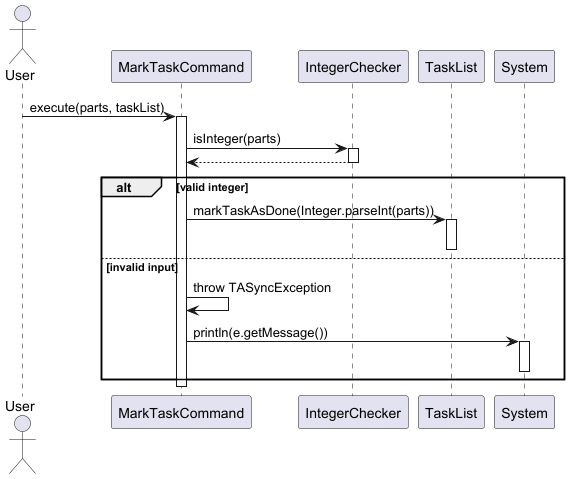
The PlantUML diagram docs/diagrams/tasklistcommands/MarkTaskCommandSequenceDiagram.png in wongyihao02/tp, before a commit.
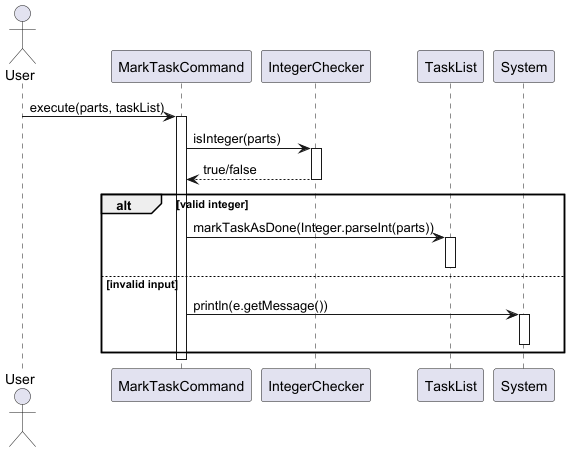
Above is the later version.

Change to the diagram source:
```diff
@@ -12,7 +12,7 @@
 
 MarkCmd -> Checker : isInteger(parts)
 activate Checker
-Checker --> MarkCmd
+Checker --> MarkCmd : true/false
 deactivate Checker
 
 alt valid integer
@@ -20,7 +20,6 @@
     activate TaskList
     deactivate TaskList
 else invalid input
-    MarkCmd -> MarkCmd : throw TASyncException
     MarkCmd -> Console : println(e.getMessage())
     activate Console
     deactivate Console
```
